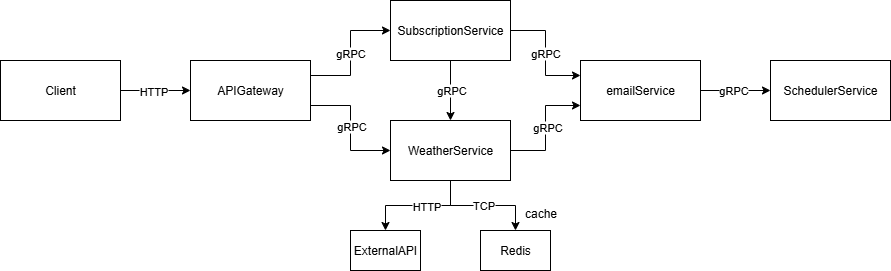
GenesisEducationKyiv/software-engineering-school-5-0-StasNikonov keeps this draw.io diagram as docs/microservicesArchitecture/ServicesCommunication.png. Above is the earlier version. Source tidied: cells renumbered, new cells last; positions are measured from the earlier drawing's top-left corner, leaving out a move shared by most shapes. Its diagram source:
```xml
<mxGraphModel>
  <root>
    <mxCell id="0" />
    <mxCell id="1" parent="0" />
    <mxCell id="2" style="edgeStyle=orthogonalEdgeStyle;rounded=0;jettySize=auto;html=1;exitX=1;exitY=0.5;exitDx=0;exitDy=0;entryX=0;entryY=0.5;entryDx=0;entryDy=0;" parent="1" edge="1" source="4" target="9">
      <mxGeometry relative="1" as="geometry" />
    </mxCell>
    <mxCell id="3" value="HTTP" style="edgeLabel;html=1;align=center;verticalAlign=middle;" parent="2" vertex="1">
      <mxGeometry x="-0.07" relative="1" as="geometry" />
    </mxCell>
    <mxCell id="4" value="Client" style="rounded=0;whiteSpace=wrap;html=1;" parent="1" vertex="1">
      <mxGeometry y="60" width="120" height="60" as="geometry" />
    </mxCell>
    <mxCell id="5" style="edgeStyle=orthogonalEdgeStyle;rounded=0;jettySize=auto;html=1;exitX=1;exitY=0.75;exitDx=0;exitDy=0;entryX=0;entryY=0.5;entryDx=0;entryDy=0;" parent="1" edge="1" source="9" target="21">
      <mxGeometry relative="1" as="geometry" />
    </mxCell>
    <mxCell id="6" value="gRPC" style="edgeLabel;html=1;align=center;verticalAlign=middle;" parent="5" vertex="1">
      <mxGeometry x="-0.05" relative="1" as="geometry" />
    </mxCell>
    <mxCell id="7" style="edgeStyle=orthogonalEdgeStyle;rounded=0;jettySize=auto;html=1;exitX=1;exitY=0.25;exitDx=0;exitDy=0;entryX=0;entryY=0.5;entryDx=0;entryDy=0;" parent="1" edge="1" source="9" target="14">
      <mxGeometry relative="1" as="geometry" />
    </mxCell>
    <mxCell id="8" value="gRPC" style="edgeLabel;html=1;align=center;verticalAlign=middle;" parent="7" vertex="1">
      <mxGeometry x="0.01" y="1" relative="1" as="geometry" />
    </mxCell>
    <mxCell id="9" value="APIGateway" style="rounded=0;whiteSpace=wrap;html=1;" parent="1" vertex="1">
      <mxGeometry x="190" y="60" width="120" height="60" as="geometry" />
    </mxCell>
    <mxCell id="10" style="edgeStyle=orthogonalEdgeStyle;rounded=0;jettySize=auto;html=1;exitX=0.5;exitY=1;exitDx=0;exitDy=0;entryX=0.5;entryY=0;entryDx=0;entryDy=0;" parent="1" edge="1" source="14" target="21">
      <mxGeometry relative="1" as="geometry" />
    </mxCell>
    <mxCell id="11" value="gRPC" style="edgeLabel;html=1;align=center;verticalAlign=middle;" parent="10" vertex="1">
      <mxGeometry x="-0.04" relative="1" as="geometry" />
    </mxCell>
    <mxCell id="12" style="edgeStyle=orthogonalEdgeStyle;rounded=0;jettySize=auto;html=1;exitX=1;exitY=0.5;exitDx=0;exitDy=0;entryX=0;entryY=0.25;entryDx=0;entryDy=0;" parent="1" edge="1" source="14" target="24">
      <mxGeometry relative="1" as="geometry" />
    </mxCell>
    <mxCell id="13" value="gRPC" style="edgeLabel;html=1;align=center;verticalAlign=middle;" parent="12" vertex="1">
      <mxGeometry x="-0.01" y="-1" relative="1" as="geometry" />
    </mxCell>
    <mxCell id="14" value="SubscriptionService" style="rounded=0;whiteSpace=wrap;html=1;" parent="1" vertex="1">
      <mxGeometry x="390" width="120" height="60" as="geometry" />
    </mxCell>
    <mxCell id="15" style="edgeStyle=orthogonalEdgeStyle;rounded=0;jettySize=auto;html=1;exitX=1;exitY=0.5;exitDx=0;exitDy=0;entryX=0;entryY=0.75;entryDx=0;entryDy=0;" parent="1" edge="1" source="21" target="24">
      <mxGeometry relative="1" as="geometry" />
    </mxCell>
    <mxCell id="16" value="gRPC" style="edgeLabel;html=1;align=center;verticalAlign=middle;" parent="15" vertex="1">
      <mxGeometry x="0.03" y="-1" relative="1" as="geometry" />
    </mxCell>
    <mxCell id="17" style="edgeStyle=orthogonalEdgeStyle;rounded=0;jettySize=auto;html=1;exitX=0.5;exitY=1;exitDx=0;exitDy=0;entryX=0.5;entryY=0;entryDx=0;entryDy=0;" parent="1" edge="1" source="21" target="25">
      <mxGeometry relative="1" as="geometry" />
    </mxCell>
    <mxCell id="18" value="HTTP" style="edgeLabel;html=1;align=center;verticalAlign=middle;" parent="17" vertex="1">
      <mxGeometry x="-0.13" relative="1" as="geometry" />
    </mxCell>
    <mxCell id="19" style="edgeStyle=orthogonalEdgeStyle;rounded=0;jettySize=auto;html=1;exitX=0.5;exitY=1;exitDx=0;exitDy=0;" parent="1" edge="1" source="21" target="26">
      <mxGeometry relative="1" as="geometry" />
    </mxCell>
    <mxCell id="20" value="TCP" style="edgeLabel;html=1;align=center;verticalAlign=middle;" parent="19" vertex="1">
      <mxGeometry x="-0.01" y="1" relative="1" as="geometry" />
    </mxCell>
    <mxCell id="21" value="WeatherService" style="rounded=0;whiteSpace=wrap;html=1;" parent="1" vertex="1">
      <mxGeometry x="390" y="120" width="120" height="60" as="geometry" />
    </mxCell>
    <mxCell id="22" style="edgeStyle=orthogonalEdgeStyle;rounded=0;jettySize=auto;html=1;exitX=1;exitY=0.5;exitDx=0;exitDy=0;entryX=0;entryY=0.5;entryDx=0;entryDy=0;" parent="1" edge="1" source="24" target="28">
      <mxGeometry relative="1" as="geometry" />
    </mxCell>
    <mxCell id="23" value="gRPC" style="edgeLabel;html=1;align=center;verticalAlign=middle;" parent="22" vertex="1">
      <mxGeometry x="-0.09" y="1" relative="1" as="geometry" />
    </mxCell>
    <mxCell id="24" value="emailService" style="rounded=0;whiteSpace=wrap;html=1;" parent="1" vertex="1">
      <mxGeometry x="580" y="60" width="120" height="60" as="geometry" />
    </mxCell>
    <mxCell id="25" value="ExternalAPI" style="rounded=0;whiteSpace=wrap;html=1;" parent="1" vertex="1">
      <mxGeometry x="350" y="230" width="70" height="40" as="geometry" />
    </mxCell>
    <mxCell id="26" value="Redis" style="rounded=0;whiteSpace=wrap;html=1;" parent="1" vertex="1">
      <mxGeometry x="480" y="230" width="70" height="40" as="geometry" />
    </mxCell>
    <mxCell id="27" value="cache" style="text;html=1;align=center;verticalAlign=middle;strokeColor=none;fillColor=none;" parent="1" vertex="1">
      <mxGeometry x="510" y="198" width="60" height="30" as="geometry" />
    </mxCell>
    <mxCell id="28" value="SchedulerService" style="rounded=0;whiteSpace=wrap;html=1;" parent="1" vertex="1">
      <mxGeometry x="770" y="60" width="120" height="60" as="geometry" />
    </mxCell>
  </root>
</mxGraphModel>
```
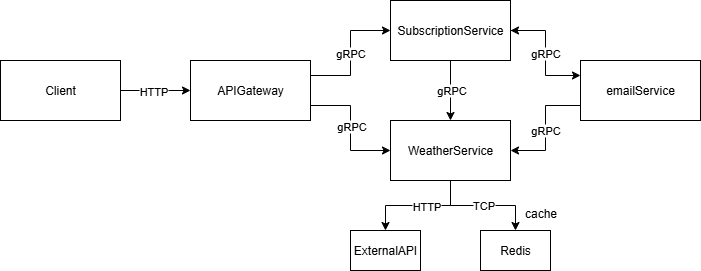
The same file after the commit.

Commit message:
refactor: remove scheduler service from communication logic; update servicesCommunication.md and ServicesCommunication.png

What changed in the source:
```diff
@@ -32,7 +32,7 @@
     <mxCell id="11" value="gRPC" style="edgeLabel;html=1;align=center;verticalAlign=middle;" parent="10" vertex="1">
       <mxGeometry x="-0.04" relative="1" as="geometry" />
     </mxCell>
-    <mxCell id="12" style="edgeStyle=orthogonalEdgeStyle;rounded=0;jettySize=auto;html=1;exitX=1;exitY=0.5;exitDx=0;exitDy=0;entryX=0;entryY=0.25;entryDx=0;entryDy=0;" parent="1" edge="1" source="14" target="24">
+    <mxCell id="12" style="edgeStyle=orthogonalEdgeStyle;rounded=0;jettySize=auto;html=1;entryX=0;entryY=0.25;entryDx=0;entryDy=0;exitX=1;exitY=0.5;exitDx=0;exitDy=0;" parent="1" edge="1" source="14" target="24">
       <mxGeometry relative="1" as="geometry" />
     </mxCell>
     <mxCell id="13" value="gRPC" style="edgeLabel;html=1;align=center;verticalAlign=middle;" parent="12" vertex="1">
@@ -41,7 +41,7 @@
     <mxCell id="14" value="SubscriptionService" style="rounded=0;whiteSpace=wrap;html=1;" parent="1" vertex="1">
       <mxGeometry x="390" width="120" height="60" as="geometry" />
     </mxCell>
-    <mxCell id="15" style="edgeStyle=orthogonalEdgeStyle;rounded=0;jettySize=auto;html=1;exitX=1;exitY=0.5;exitDx=0;exitDy=0;entryX=0;entryY=0.75;entryDx=0;entryDy=0;" parent="1" edge="1" source="21" target="24">
+    <mxCell id="15" style="edgeStyle=orthogonalEdgeStyle;rounded=0;jettySize=auto;html=1;exitX=0;exitY=0.75;exitDx=0;exitDy=0;entryX=1;entryY=0.5;entryDx=0;entryDy=0;" parent="1" edge="1" source="24" target="21">
       <mxGeometry relative="1" as="geometry" />
     </mxCell>
     <mxCell id="16" value="gRPC" style="edgeLabel;html=1;align=center;verticalAlign=middle;" parent="15" vertex="1">
@@ -62,12 +62,6 @@
     <mxCell id="21" value="WeatherService" style="rounded=0;whiteSpace=wrap;html=1;" parent="1" vertex="1">
       <mxGeometry x="390" y="120" width="120" height="60" as="geometry" />
     </mxCell>
-    <mxCell id="22" style="edgeStyle=orthogonalEdgeStyle;rounded=0;jettySize=auto;html=1;exitX=1;exitY=0.5;exitDx=0;exitDy=0;entryX=0;entryY=0.5;entryDx=0;entryDy=0;" parent="1" edge="1" source="24" target="28">
-      <mxGeometry relative="1" as="geometry" />
-    </mxCell>
-    <mxCell id="23" value="gRPC" style="edgeLabel;html=1;align=center;verticalAlign=middle;" parent="22" vertex="1">
-      <mxGeometry x="-0.09" y="1" relative="1" as="geometry" />
-    </mxCell>
     <mxCell id="24" value="emailService" style="rounded=0;whiteSpace=wrap;html=1;" parent="1" vertex="1">
       <mxGeometry x="580" y="60" width="120" height="60" as="geometry" />
     </mxCell>
@@ -80,8 +74,10 @@
     <mxCell id="27" value="cache" style="text;html=1;align=center;verticalAlign=middle;strokeColor=none;fillColor=none;" parent="1" vertex="1">
       <mxGeometry x="510" y="198" width="60" height="30" as="geometry" />
     </mxCell>
-    <mxCell id="28" value="SchedulerService" style="rounded=0;whiteSpace=wrap;html=1;" parent="1" vertex="1">
-      <mxGeometry x="770" y="60" width="120" height="60" as="geometry" />
-    </mxCell>
+    <mxCell id="29" style="endArrow=classic;html=1;rounded=0;entryX=1;entryY=0.5;entryDx=0;entryDy=0;" parent="1" edge="1" target="14">
+      <mxGeometry relative="1" as="geometry">
+        <mxPoint x="540" y="30" as="sourcePoint" />
+      </mxGeometry>
+    </mxCell>
   </root>
 </mxGraphModel>
```
